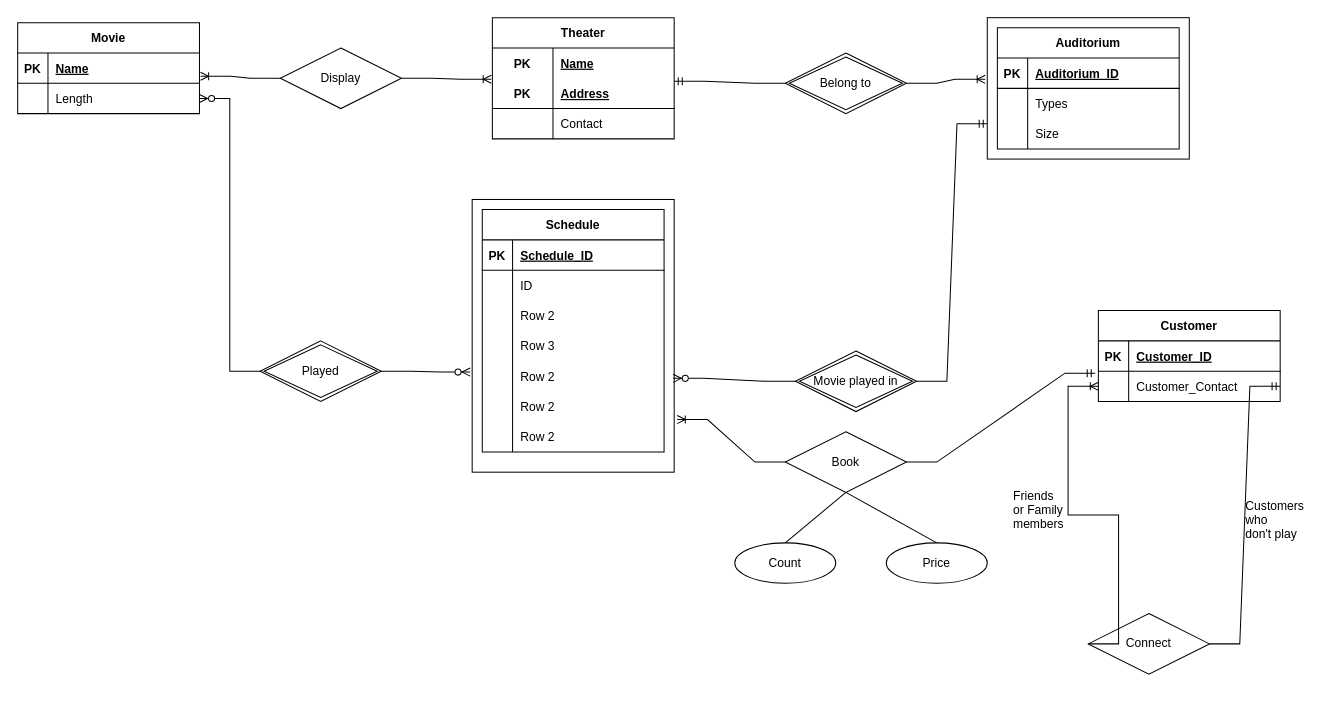
Before: problem2.drawio in MooMooHorse/MATH221, a draw.io diagram. Source tidied: cells renumbered, new cells numbered last; positions are measured from the earlier drawing's top-left corner, leaving out a move shared by most shapes. Both pictures are drawn from the tidied source at 101%, with x=0, y=0 at pixel (17, 17).
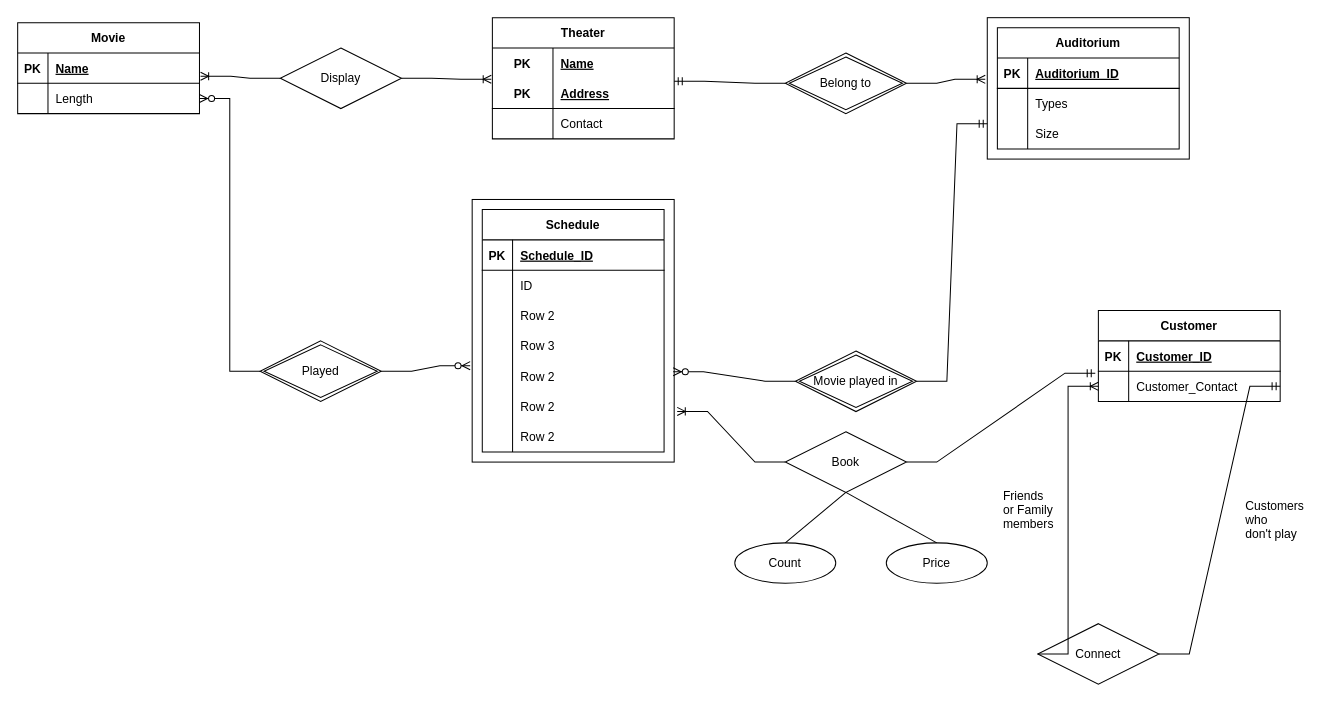
The same page after the edit.

The change refers to these unchanged cells:
```xml
<mxCell id="69" style="shape=tableRow;horizontal=0;startSize=0;swimlaneHead=0;swimlaneBody=0;fillColor=none;points=[[0,0.5],[1,0.5]];portConstraint=eastwest;top=0;left=0;right=0;bottom=0;" parent="65" vertex="1">
  <mxGeometry y="60" width="180" height="30" as="geometry" />
</mxCell>
```

The edit, as a diff of the source:
```diff
@@
     <mxCell id="2" style="rounded=0;whiteSpace=wrap;html=1;" parent="1" vertex="1">
-      <mxGeometry x="450" y="180" width="200" height="270" as="geometry" />
+      <mxGeometry x="450" y="180" width="200" height="260" as="geometry" />
     </mxCell>
@@
     <mxCell id="79" value="Connect" style="shape=rhombus;perimeter=rhombusPerimeter;whiteSpace=wrap;html=1;align=center;" parent="1" vertex="1">
-      <mxGeometry x="1060" y="590" width="120" height="60" as="geometry" />
+      <mxGeometry x="1010" y="600" width="120" height="60" as="geometry" />
     </mxCell>
     <mxCell id="80" value="Friends &#10;or Family&#10;members" style="text;strokeColor=none;fillColor=none;spacingLeft=4;spacingRight=4;overflow=hidden;fontSize=12;" parent="1" vertex="1">
-      <mxGeometry x="980" y="460" width="60" height="60" as="geometry" />
+      <mxGeometry x="970" y="460" width="60" height="60" as="geometry" />
     </mxCell>
@@
-    <mxCell id="83" style="edgeStyle=entityRelationEdgeStyle;fontSize=12;html=1;endArrow=ERoneToMany;rounded=0;exitX=0;exitY=0.5;exitDx=0;exitDy=0;entryX=0;entryY=0.5;entryDx=0;entryDy=0;" parent="1" edge="1" source="79" target="69">
+    <mxCell id="83" style="edgeStyle=entityRelationEdgeStyle;fontSize=12;html=1;endArrow=ERoneToMany;rounded=0;exitX=0;exitY=0.5;exitDx=0;exitDy=0;entryX=0;entryY=0.5;entryDx=0;entryDy=0;strokeColor=default;" parent="1" edge="1" source="79" target="69">
       <mxGeometry relative="1" as="geometry" />
     </mxCell>
+    <mxCell id="84" style="edgeStyle=orthogonalEdgeStyle;rounded=0;orthogonalLoop=1;jettySize=auto;html=1;exitX=0.5;exitY=1;exitDx=0;exitDy=0;" parent="1" edge="1" source="2" target="2">
+      <mxGeometry relative="1" as="geometry" />
+    </mxCell>
```
